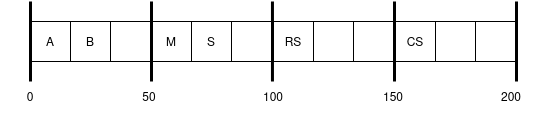
The draw.io diagram schedulers/arduino/A.drawio.png in CosminOctavianPetre/RTS-P1-Cyclic-Scheduling, before a commit. Source tidied: cells renumbered, new cells last; positions are measured from the earlier drawing's top-left corner, leaving out a move shared by most shapes. Source of this version:
```xml
<mxGraphModel>
  <root>
    <mxCell id="0" />
    <mxCell id="1" parent="0" />
    <mxCell id="2" value="S" style="rounded=0;whiteSpace=wrap;html=1;" parent="1" vertex="1">
      <mxGeometry x="191" y="20" width="40" height="40" as="geometry" />
    </mxCell>
    <mxCell id="3" value="RS" style="rounded=0;whiteSpace=wrap;html=1;" parent="1" vertex="1">
      <mxGeometry x="273" y="20" width="40" height="40" as="geometry" />
    </mxCell>
    <mxCell id="4" style="rounded=0;whiteSpace=wrap;html=1;" parent="1" vertex="1">
      <mxGeometry x="313" y="20" width="40" height="40" as="geometry" />
    </mxCell>
    <mxCell id="5" value="M" style="rounded=0;whiteSpace=wrap;html=1;" parent="1" vertex="1">
      <mxGeometry x="151" y="20" width="40" height="40" as="geometry" />
    </mxCell>
    <mxCell id="6" value="B" style="rounded=0;whiteSpace=wrap;html=1;" parent="1" vertex="1">
      <mxGeometry x="70" y="20" width="40" height="40" as="geometry" />
    </mxCell>
    <mxCell id="7" value="CS" style="rounded=0;whiteSpace=wrap;html=1;" parent="1" vertex="1">
      <mxGeometry x="395" y="20" width="40" height="40" as="geometry" />
    </mxCell>
    <mxCell id="8" value="A" style="rounded=0;whiteSpace=wrap;html=1;" parent="1" vertex="1">
      <mxGeometry x="30" y="20" width="40" height="40" as="geometry" />
    </mxCell>
    <mxCell id="9" style="rounded=0;whiteSpace=wrap;html=1;" parent="1" vertex="1">
      <mxGeometry x="435" y="20" width="40" height="40" as="geometry" />
    </mxCell>
    <mxCell id="10" style="endArrow=none;html=1;rounded=0;strokeWidth=3;strokeColor=default;" parent="1" edge="1">
      <mxGeometry relative="1" as="geometry">
        <mxPoint x="151" as="sourcePoint" />
        <mxPoint x="151" y="80" as="targetPoint" />
      </mxGeometry>
    </mxCell>
    <mxCell id="11" value="50" style="text;html=1;strokeColor=none;fillColor=none;align=center;verticalAlign=middle;whiteSpace=wrap;rounded=0;" parent="1" vertex="1">
      <mxGeometry x="119" y="80" width="60" height="30" as="geometry" />
    </mxCell>
    <mxCell id="12" style="endArrow=none;html=1;rounded=0;strokeWidth=3;strokeColor=default;" parent="1" edge="1">
      <mxGeometry relative="1" as="geometry">
        <mxPoint x="272" as="sourcePoint" />
        <mxPoint x="272" y="80" as="targetPoint" />
      </mxGeometry>
    </mxCell>
    <mxCell id="13" style="endArrow=none;html=1;rounded=0;strokeWidth=3;strokeColor=default;" parent="1" edge="1">
      <mxGeometry relative="1" as="geometry">
        <mxPoint x="394" as="sourcePoint" />
        <mxPoint x="394" y="80" as="targetPoint" />
      </mxGeometry>
    </mxCell>
    <mxCell id="14" value="100" style="text;html=1;strokeColor=none;fillColor=none;align=center;verticalAlign=middle;whiteSpace=wrap;rounded=0;" parent="1" vertex="1">
      <mxGeometry x="243" y="80" width="60" height="30" as="geometry" />
    </mxCell>
    <mxCell id="15" value="150" style="text;html=1;strokeColor=none;fillColor=none;align=center;verticalAlign=middle;whiteSpace=wrap;rounded=0;" parent="1" vertex="1">
      <mxGeometry x="363" y="80" width="60" height="30" as="geometry" />
    </mxCell>
    <mxCell id="16" value="200" style="text;html=1;strokeColor=none;fillColor=none;align=center;verticalAlign=middle;whiteSpace=wrap;rounded=0;" parent="1" vertex="1">
      <mxGeometry x="481" y="80" width="60" height="30" as="geometry" />
    </mxCell>
    <mxCell id="17" style="endArrow=none;html=1;rounded=0;strokeWidth=3;strokeColor=default;" parent="1" edge="1">
      <mxGeometry relative="1" as="geometry">
        <mxPoint x="30" as="sourcePoint" />
        <mxPoint x="30" y="80" as="targetPoint" />
      </mxGeometry>
    </mxCell>
    <mxCell id="18" style="endArrow=none;html=1;rounded=0;strokeWidth=3;strokeColor=default;" parent="1" edge="1">
      <mxGeometry relative="1" as="geometry">
        <mxPoint x="516" as="sourcePoint" />
        <mxPoint x="516" y="80" as="targetPoint" />
      </mxGeometry>
    </mxCell>
    <mxCell id="19" style="rounded=0;whiteSpace=wrap;html=1;" parent="1" vertex="1">
      <mxGeometry x="475" y="20" width="40" height="40" as="geometry" />
    </mxCell>
    <mxCell id="20" value="0" style="text;html=1;strokeColor=none;fillColor=none;align=center;verticalAlign=middle;whiteSpace=wrap;rounded=0;" parent="1" vertex="1">
      <mxGeometry y="80" width="60" height="30" as="geometry" />
    </mxCell>
    <mxCell id="21" style="rounded=0;whiteSpace=wrap;html=1;" parent="1" vertex="1">
      <mxGeometry x="231" y="20" width="40" height="40" as="geometry" />
    </mxCell>
    <mxCell id="22" style="rounded=0;whiteSpace=wrap;html=1;" parent="1" vertex="1">
      <mxGeometry x="110" y="20" width="40" height="40" as="geometry" />
    </mxCell>
    <mxCell id="23" style="rounded=0;whiteSpace=wrap;html=1;" parent="1" vertex="1">
      <mxGeometry x="353" y="20" width="40" height="40" as="geometry" />
    </mxCell>
  </root>
</mxGraphModel>
```
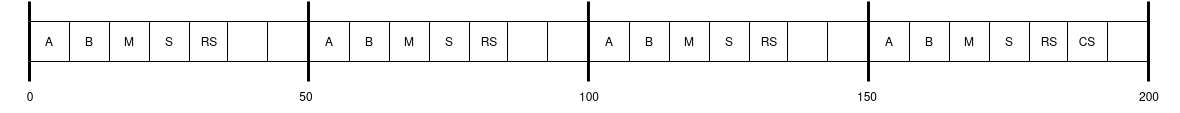
The same diagram one commit later.

Diff of the diagram source:
```diff
@@ -2,86 +2,134 @@
   <root>
     <mxCell id="0" />
     <mxCell id="1" parent="0" />
-    <mxCell id="2" value="S" style="rounded=0;whiteSpace=wrap;html=1;" parent="1" vertex="1">
-      <mxGeometry x="191" y="20" width="40" height="40" as="geometry" />
-    </mxCell>
-    <mxCell id="3" value="RS" style="rounded=0;whiteSpace=wrap;html=1;" parent="1" vertex="1">
-      <mxGeometry x="273" y="20" width="40" height="40" as="geometry" />
-    </mxCell>
-    <mxCell id="4" style="rounded=0;whiteSpace=wrap;html=1;" parent="1" vertex="1">
-      <mxGeometry x="313" y="20" width="40" height="40" as="geometry" />
-    </mxCell>
-    <mxCell id="5" value="M" style="rounded=0;whiteSpace=wrap;html=1;" parent="1" vertex="1">
-      <mxGeometry x="151" y="20" width="40" height="40" as="geometry" />
-    </mxCell>
     <mxCell id="6" value="B" style="rounded=0;whiteSpace=wrap;html=1;" parent="1" vertex="1">
-      <mxGeometry x="70" y="20" width="40" height="40" as="geometry" />
+      <mxGeometry x="-48" y="20" width="40" height="40" as="geometry" />
     </mxCell>
-    <mxCell id="7" value="CS" style="rounded=0;whiteSpace=wrap;html=1;" parent="1" vertex="1">
-      <mxGeometry x="395" y="20" width="40" height="40" as="geometry" />
-    </mxCell>
     <mxCell id="8" value="A" style="rounded=0;whiteSpace=wrap;html=1;" parent="1" vertex="1">
-      <mxGeometry x="30" y="20" width="40" height="40" as="geometry" />
+      <mxGeometry x="-88" y="20" width="40" height="40" as="geometry" />
     </mxCell>
-    <mxCell id="9" style="rounded=0;whiteSpace=wrap;html=1;" parent="1" vertex="1">
-      <mxGeometry x="435" y="20" width="40" height="40" as="geometry" />
-    </mxCell>
     <mxCell id="10" style="endArrow=none;html=1;rounded=0;strokeWidth=3;strokeColor=default;" parent="1" edge="1">
       <mxGeometry relative="1" as="geometry">
-        <mxPoint x="151" as="sourcePoint" />
-        <mxPoint x="151" y="80" as="targetPoint" />
+        <mxPoint x="191" as="sourcePoint" />
+        <mxPoint x="191" y="80" as="targetPoint" />
       </mxGeometry>
     </mxCell>
     <mxCell id="11" value="50" style="text;html=1;strokeColor=none;fillColor=none;align=center;verticalAlign=middle;whiteSpace=wrap;rounded=0;" parent="1" vertex="1">
-      <mxGeometry x="119" y="80" width="60" height="30" as="geometry" />
+      <mxGeometry x="159" y="80" width="60" height="30" as="geometry" />
     </mxCell>
     <mxCell id="12" style="endArrow=none;html=1;rounded=0;strokeWidth=3;strokeColor=default;" parent="1" edge="1">
       <mxGeometry relative="1" as="geometry">
-        <mxPoint x="272" as="sourcePoint" />
-        <mxPoint x="272" y="80" as="targetPoint" />
+        <mxPoint x="471" as="sourcePoint" />
+        <mxPoint x="471" y="80" as="targetPoint" />
       </mxGeometry>
     </mxCell>
     <mxCell id="13" style="endArrow=none;html=1;rounded=0;strokeWidth=3;strokeColor=default;" parent="1" edge="1">
       <mxGeometry relative="1" as="geometry">
-        <mxPoint x="394" as="sourcePoint" />
-        <mxPoint x="394" y="80" as="targetPoint" />
+        <mxPoint x="751" as="sourcePoint" />
+        <mxPoint x="751" y="80" as="targetPoint" />
       </mxGeometry>
     </mxCell>
     <mxCell id="14" value="100" style="text;html=1;strokeColor=none;fillColor=none;align=center;verticalAlign=middle;whiteSpace=wrap;rounded=0;" parent="1" vertex="1">
-      <mxGeometry x="243" y="80" width="60" height="30" as="geometry" />
+      <mxGeometry x="442" y="80" width="60" height="30" as="geometry" />
     </mxCell>
     <mxCell id="15" value="150" style="text;html=1;strokeColor=none;fillColor=none;align=center;verticalAlign=middle;whiteSpace=wrap;rounded=0;" parent="1" vertex="1">
-      <mxGeometry x="363" y="80" width="60" height="30" as="geometry" />
+      <mxGeometry x="720" y="80" width="60" height="30" as="geometry" />
     </mxCell>
     <mxCell id="16" value="200" style="text;html=1;strokeColor=none;fillColor=none;align=center;verticalAlign=middle;whiteSpace=wrap;rounded=0;" parent="1" vertex="1">
-      <mxGeometry x="481" y="80" width="60" height="30" as="geometry" />
+      <mxGeometry x="1002" y="80" width="60" height="30" as="geometry" />
     </mxCell>
     <mxCell id="17" style="endArrow=none;html=1;rounded=0;strokeWidth=3;strokeColor=default;" parent="1" edge="1">
       <mxGeometry relative="1" as="geometry">
-        <mxPoint x="30" as="sourcePoint" />
-        <mxPoint x="30" y="80" as="targetPoint" />
+        <mxPoint x="-88" as="sourcePoint" />
+        <mxPoint x="-88" y="80" as="targetPoint" />
       </mxGeometry>
     </mxCell>
     <mxCell id="18" style="endArrow=none;html=1;rounded=0;strokeWidth=3;strokeColor=default;" parent="1" edge="1">
       <mxGeometry relative="1" as="geometry">
-        <mxPoint x="516" as="sourcePoint" />
-        <mxPoint x="516" y="80" as="targetPoint" />
+        <mxPoint x="1031" as="sourcePoint" />
+        <mxPoint x="1031" y="80" as="targetPoint" />
       </mxGeometry>
     </mxCell>
-    <mxCell id="19" style="rounded=0;whiteSpace=wrap;html=1;" parent="1" vertex="1">
-      <mxGeometry x="475" y="20" width="40" height="40" as="geometry" />
-    </mxCell>
     <mxCell id="20" value="0" style="text;html=1;strokeColor=none;fillColor=none;align=center;verticalAlign=middle;whiteSpace=wrap;rounded=0;" parent="1" vertex="1">
-      <mxGeometry y="80" width="60" height="30" as="geometry" />
+      <mxGeometry x="-117" y="80" width="60" height="30" as="geometry" />
     </mxCell>
-    <mxCell id="21" style="rounded=0;whiteSpace=wrap;html=1;" parent="1" vertex="1">
-      <mxGeometry x="231" y="20" width="40" height="40" as="geometry" />
-    </mxCell>
-    <mxCell id="22" style="rounded=0;whiteSpace=wrap;html=1;" parent="1" vertex="1">
-      <mxGeometry x="110" y="20" width="40" height="40" as="geometry" />
+    <mxCell id="22" value="M" style="rounded=0;whiteSpace=wrap;html=1;" parent="1" vertex="1">
+      <mxGeometry x="-8" y="20" width="40" height="40" as="geometry" />
     </mxCell>
-    <mxCell id="23" style="rounded=0;whiteSpace=wrap;html=1;" parent="1" vertex="1">
-      <mxGeometry x="353" y="20" width="40" height="40" as="geometry" />
-    </mxCell>
+    <mxCell id="24" value="S" style="rounded=0;whiteSpace=wrap;html=1;" parent="1" vertex="1">
+      <mxGeometry x="32" y="20" width="40" height="40" as="geometry" />
+    </mxCell>
+    <mxCell id="25" value="RS" style="rounded=0;whiteSpace=wrap;html=1;" parent="1" vertex="1">
+      <mxGeometry x="72" y="20" width="40" height="40" as="geometry" />
+    </mxCell>
+    <mxCell id="26" style="rounded=0;whiteSpace=wrap;html=1;" parent="1" vertex="1">
+      <mxGeometry x="110" y="20" width="40" height="40" as="geometry" />
+    </mxCell>
+    <mxCell id="27" value="B" style="rounded=0;whiteSpace=wrap;html=1;" parent="1" vertex="1">
+      <mxGeometry x="232" y="20" width="40" height="40" as="geometry" />
+    </mxCell>
+    <mxCell id="28" value="A" style="rounded=0;whiteSpace=wrap;html=1;" parent="1" vertex="1">
+      <mxGeometry x="192" y="20" width="40" height="40" as="geometry" />
+    </mxCell>
+    <mxCell id="29" value="M" style="rounded=0;whiteSpace=wrap;html=1;" parent="1" vertex="1">
+      <mxGeometry x="272" y="20" width="40" height="40" as="geometry" />
+    </mxCell>
+    <mxCell id="30" value="S" style="rounded=0;whiteSpace=wrap;html=1;" parent="1" vertex="1">
+      <mxGeometry x="312" y="20" width="40" height="40" as="geometry" />
+    </mxCell>
+    <mxCell id="31" value="RS" style="rounded=0;whiteSpace=wrap;html=1;" parent="1" vertex="1">
+      <mxGeometry x="352" y="20" width="40" height="40" as="geometry" />
+    </mxCell>
+    <mxCell id="32" style="rounded=0;whiteSpace=wrap;html=1;" parent="1" vertex="1">
+      <mxGeometry x="390" y="20" width="40" height="40" as="geometry" />
+    </mxCell>
+    <mxCell id="33" style="rounded=0;whiteSpace=wrap;html=1;" parent="1" vertex="1">
+      <mxGeometry x="430" y="20" width="40" height="40" as="geometry" />
+    </mxCell>
+    <mxCell id="34" style="rounded=0;whiteSpace=wrap;html=1;" parent="1" vertex="1">
+      <mxGeometry x="150" y="20" width="40" height="40" as="geometry" />
+    </mxCell>
+    <mxCell id="35" value="B" style="rounded=0;whiteSpace=wrap;html=1;" parent="1" vertex="1">
+      <mxGeometry x="512" y="20" width="40" height="40" as="geometry" />
+    </mxCell>
+    <mxCell id="36" value="A" style="rounded=0;whiteSpace=wrap;html=1;" parent="1" vertex="1">
+      <mxGeometry x="472" y="20" width="40" height="40" as="geometry" />
+    </mxCell>
+    <mxCell id="37" value="M" style="rounded=0;whiteSpace=wrap;html=1;" parent="1" vertex="1">
+      <mxGeometry x="552" y="20" width="40" height="40" as="geometry" />
+    </mxCell>
+    <mxCell id="38" value="S" style="rounded=0;whiteSpace=wrap;html=1;" parent="1" vertex="1">
+      <mxGeometry x="592" y="20" width="40" height="40" as="geometry" />
+    </mxCell>
+    <mxCell id="39" value="RS" style="rounded=0;whiteSpace=wrap;html=1;" parent="1" vertex="1">
+      <mxGeometry x="632" y="20" width="40" height="40" as="geometry" />
+    </mxCell>
+    <mxCell id="40" style="rounded=0;whiteSpace=wrap;html=1;" parent="1" vertex="1">
+      <mxGeometry x="670" y="20" width="40" height="40" as="geometry" />
+    </mxCell>
+    <mxCell id="41" style="rounded=0;whiteSpace=wrap;html=1;" parent="1" vertex="1">
+      <mxGeometry x="710" y="20" width="40" height="40" as="geometry" />
+    </mxCell>
+    <mxCell id="42" value="B" style="rounded=0;whiteSpace=wrap;html=1;" parent="1" vertex="1">
+      <mxGeometry x="792" y="20" width="40" height="40" as="geometry" />
+    </mxCell>
+    <mxCell id="43" value="A" style="rounded=0;whiteSpace=wrap;html=1;" parent="1" vertex="1">
+      <mxGeometry x="752" y="20" width="40" height="40" as="geometry" />
+    </mxCell>
+    <mxCell id="44" value="M" style="rounded=0;whiteSpace=wrap;html=1;" parent="1" vertex="1">
+      <mxGeometry x="832" y="20" width="40" height="40" as="geometry" />
+    </mxCell>
+    <mxCell id="45" value="S" style="rounded=0;whiteSpace=wrap;html=1;" parent="1" vertex="1">
+      <mxGeometry x="872" y="20" width="40" height="40" as="geometry" />
+    </mxCell>
+    <mxCell id="46" value="RS" style="rounded=0;whiteSpace=wrap;html=1;" parent="1" vertex="1">
+      <mxGeometry x="912" y="20" width="40" height="40" as="geometry" />
+    </mxCell>
+    <mxCell id="7" value="CS" style="rounded=0;whiteSpace=wrap;html=1;" parent="1" vertex="1">
+      <mxGeometry x="950" y="20" width="40" height="40" as="geometry" />
+    </mxCell>
+    <mxCell id="47" style="rounded=0;whiteSpace=wrap;html=1;" parent="1" vertex="1">
+      <mxGeometry x="990" y="20" width="40" height="40" as="geometry" />
+    </mxCell>
   </root>
 </mxGraphModel>
```
